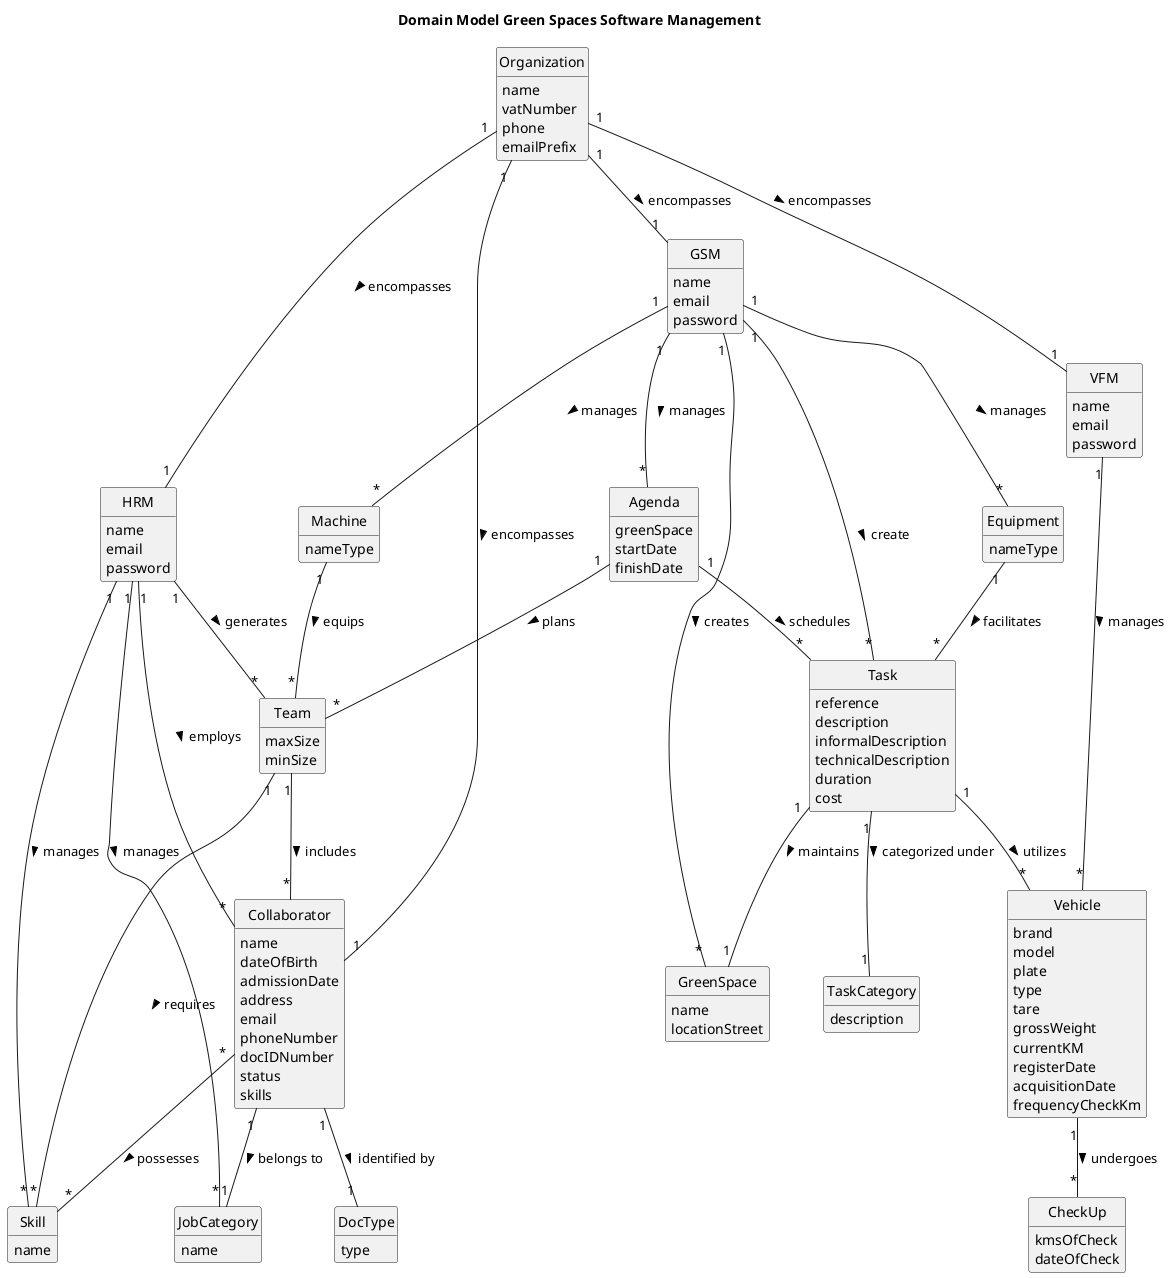
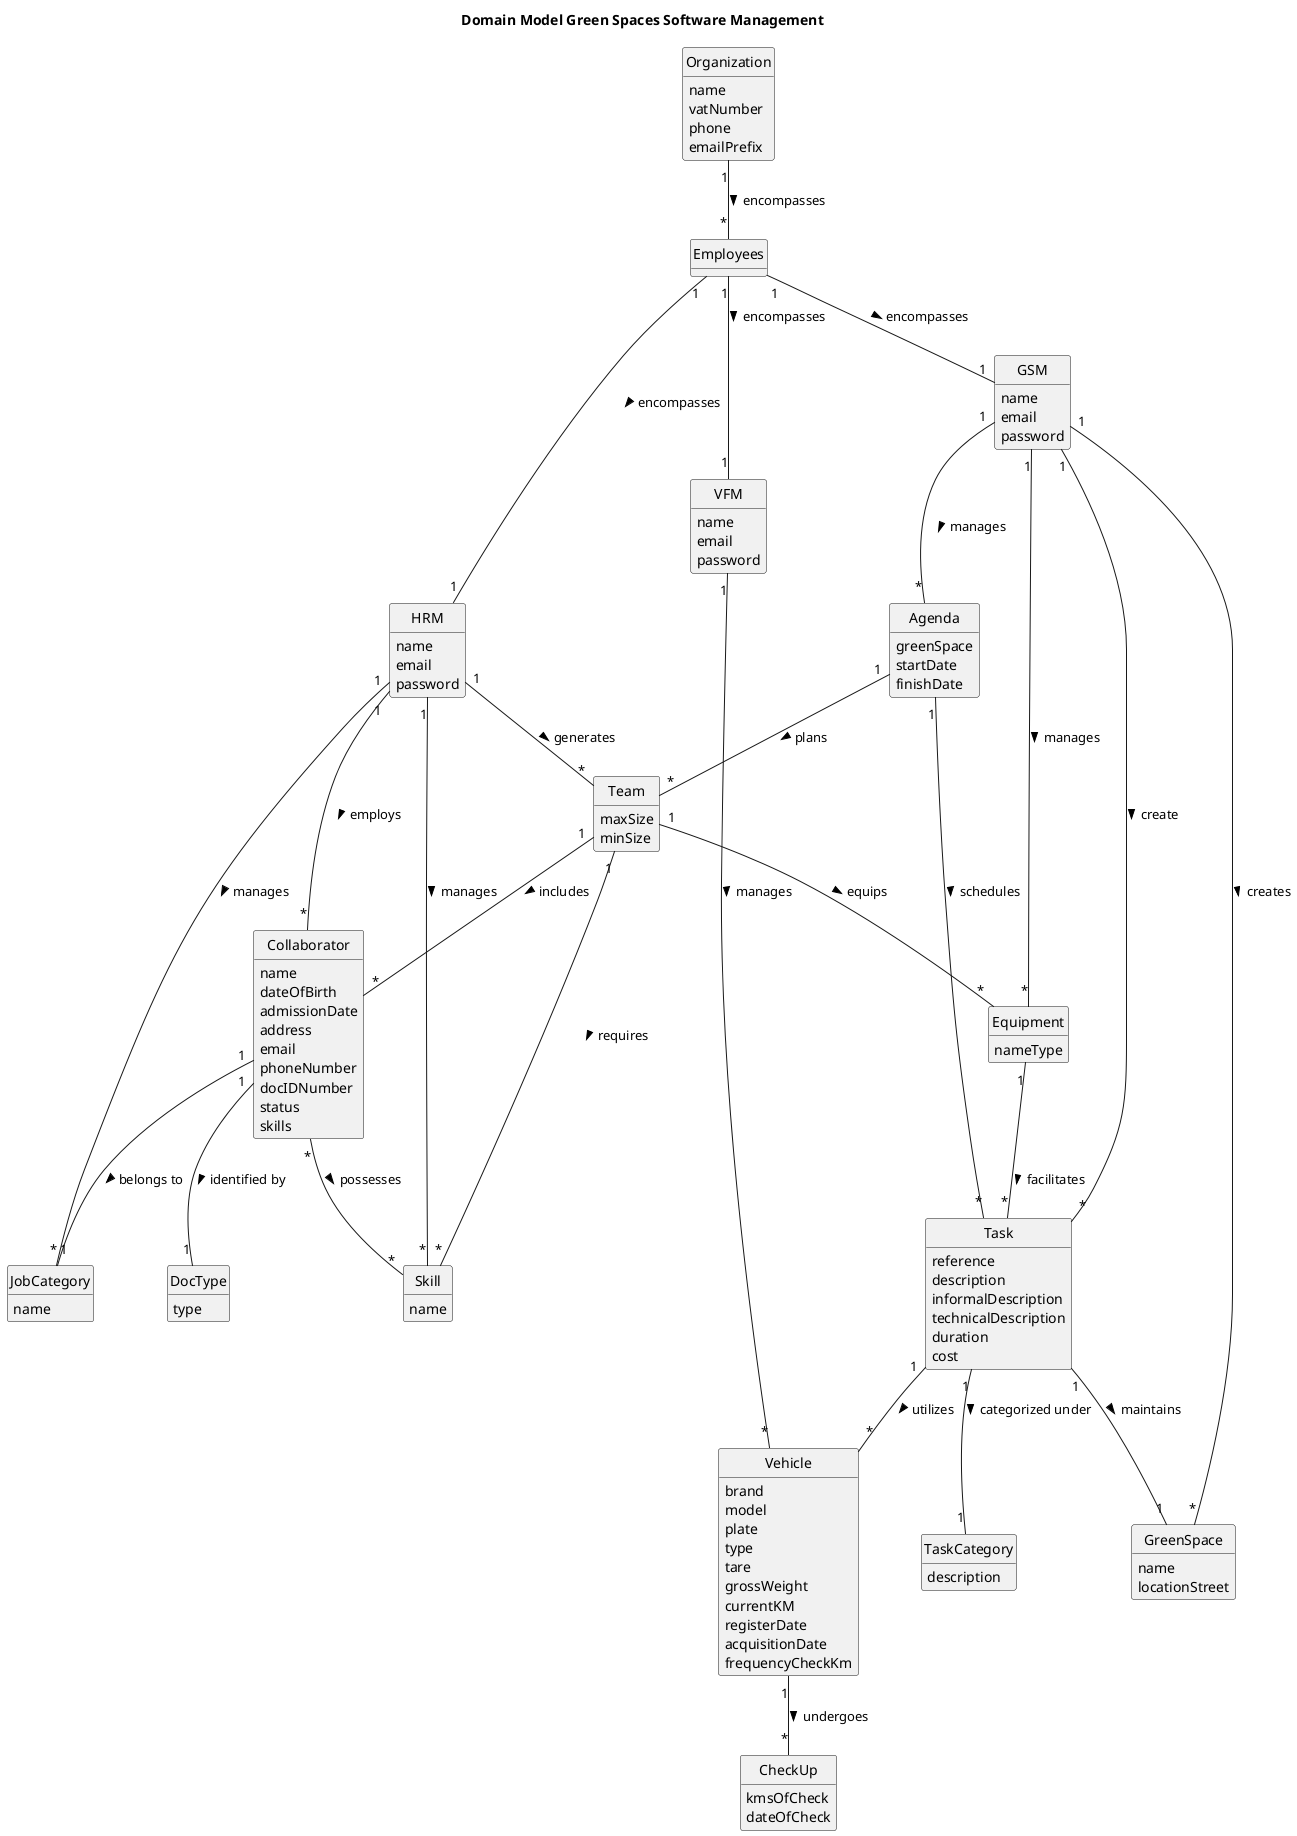
@startuml
skinparam monochrome true
skinparam packageStyle rectangle
skinparam shadowing false
'skinparam linetype ortho
'left to right direction
skinparam classAttributeIconSize 0
hide circle
hide methods
title Domain Model Green Spaces Software Management


class Organization {
    name
    vatNumber
    phone
    emailPrefix
}

class HRM {
    name
    email
    password
}

class GSM {
    name
    email
    password
}

class VFM {
    name
    email
    password
}

class Skill {
    name
}

class JobCategory {
    name
}

class Collaborator {
    name
    dateOfBirth
    admissionDate
    address
    email
    phoneNumber
    docIDNumber
    status
    skills
}

class DocType {
    type
}

class Team {
    maxSize
    minSize
}


class Vehicle {
    brand
    model
    plate
    type
    tare
    grossWeight
    currentKM
    registerDate
    acquisitionDate
    frequencyCheckKm
}

class CheckUp {
    kmsOfCheck
    dateOfCheck
}

class GreenSpace {
    name
    locationStreet
}

class Task {
    reference
    description
    informalDescription
    technicalDescription
    duration
    cost
}

class Equipment {
    nameType
}

- class Machine {
-     nameType
- }
+ 

class Agenda {
    greenSpace
    startDate
    finishDate
}

class TaskCategory {
    description
}

HRM "1" -- "*" JobCategory : manages >
HRM "1" -- "*" Collaborator : employs >
HRM "1" -- "*" Skill : manages >
HRM "1" -- "*" Team : generates >

VFM "1" -- "*" Vehicle : manages >

Collaborator "1" -- "1" JobCategory : belongs to >
Collaborator "1" -- "1" DocType : identified by >
Collaborator "*" -- "*" Skill : possesses >

Team "1" -- "*" Collaborator : includes >
Team "1" -- "*" Skill : requires >

Vehicle "1" -- "*" CheckUp : undergoes >

- Organization "1" -- "1" HRM : encompasses >
- Organization "1" -- "1" VFM : encompasses >
- Organization "1" -- "1" GSM : encompasses >
- Organization "1" -- "1" Collaborator : encompasses >
+ Organization "1" -- "*" Employees : encompasses >
+ 
+ Employees "1" -- "1" HRM : encompasses >
+ Employees "1" -- "1" VFM : encompasses >
+ Employees "1" -- "1" GSM : encompasses >

GSM "1" -- "*" GreenSpace : creates >
GSM "1" -- "*" Task : create >
GSM "1" -- "*" Equipment : manages >
- GSM "1" -- "*" Machine : manages >
+ 
GSM "1" -- "*" Agenda : manages >

Task "1" -- "1" TaskCategory : categorized under >

Task "1" -- "*" Vehicle : utilizes >
' Task utilizes Vehicle: Especifica que nas tarefas são utilizados veículos.

Task "1" -- "1" GreenSpace : maintains >
'Task maintains GreenSpace: Indica que as tarefas mantém os espaços verdes.

Equipment "1" -- "*" Task : facilitates >
' "Equipment facilitates Task": Indica que o equipamento facilita a execução das tarefas, sugerindo que sem o equipamento adequado, as tarefas poderiam ser mais difíceis de serem realizadas.
- 
- Machine "1" -- "*" Team : equips >
+ Team "1" -- "*" Equipment : equips >
' Machine equips Team: Indica que as máquinas equipam as equipas.

Agenda "1" -- "*" Team : plans >
Agenda "1" -- "*" Task : schedules >
'Agenda plans Team and schedules Task: Especifica que a agenda planeia as atividades das equipas e agenda as tarefas.

@enduml
